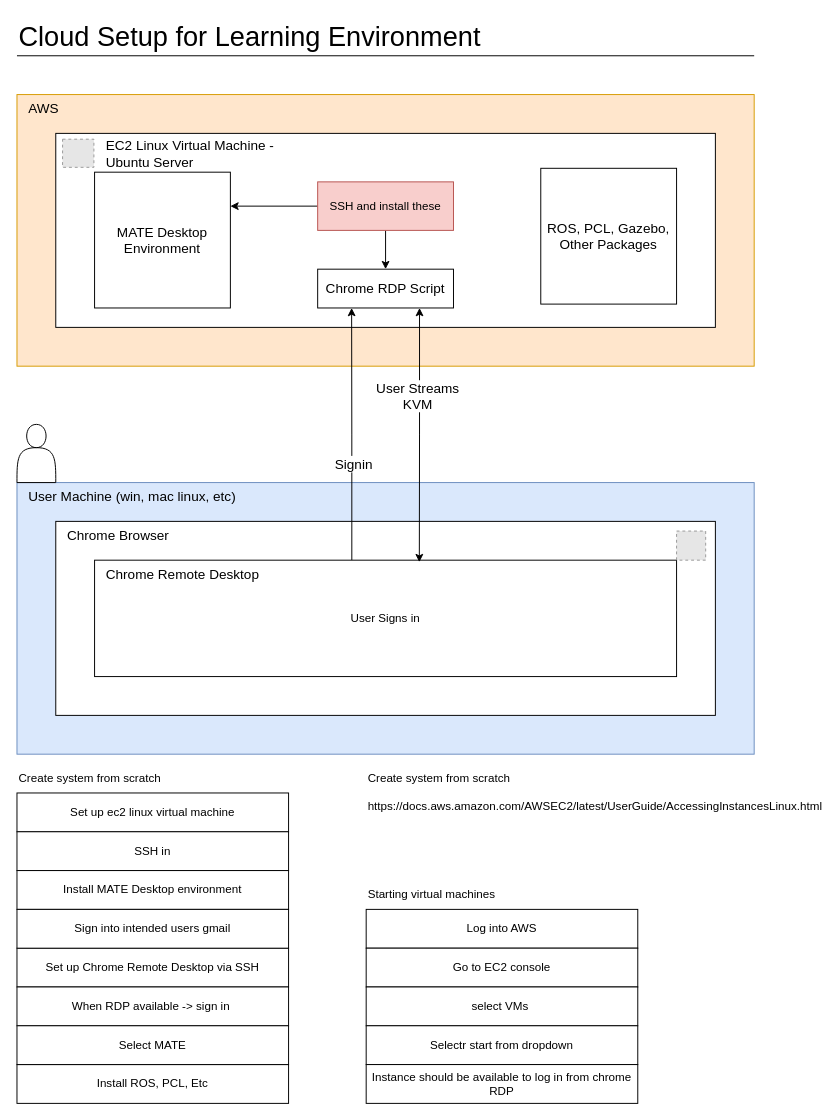
Earlier version of the draw.io diagram 0_Overview/cloud_setup.drawio (AM1010101/lidar_integrators_course). Source tidied: cells renumbered, new cells numbered last; positions are measured from the earlier drawing's top-left corner, leaving out a move shared by most shapes. Both pictures are drawn from the tidied source at 97%, with x=0, y=0 at pixel (16, 16). Pictures stored in the file or linked from it are replaced by grey dashed boxes.
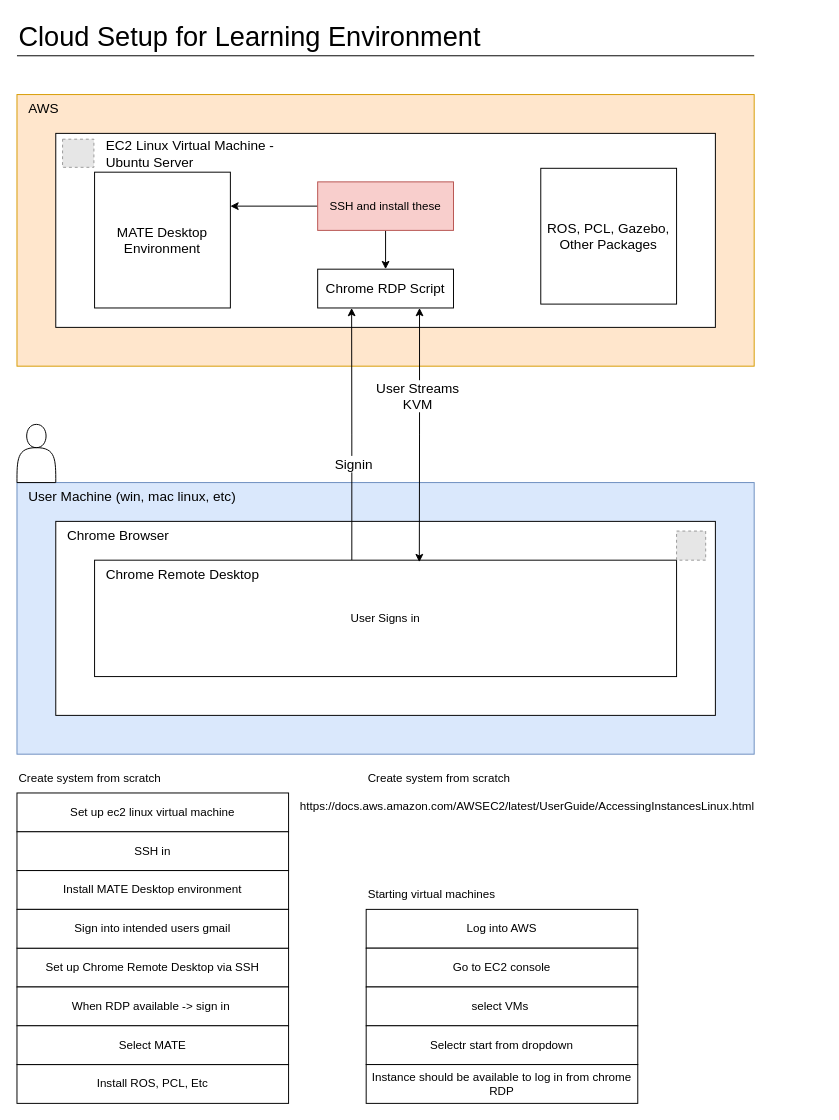
Above is the later version.

Change to the diagram source:
```diff
@@
-    <mxCell id="42" value="https://docs.aws.amazon.com/AWSEC2/latest/UserGuide/AccessingInstancesLinux.html" style="text;whiteSpace=wrap;html=1;" parent="1" vertex="1">
-      <mxGeometry x="360" y="800" width="280" height="60" as="geometry" />
+    <mxCell id="42" value="&lt;div&gt;&lt;span&gt;https://docs.aws.amazon.com/AWSEC2/latest/UserGuide/AccessingInstancesLinux.html&lt;/span&gt;&lt;/div&gt;" style="text;whiteSpace=wrap;html=1;align=left;" parent="1" vertex="1">
+      <mxGeometry x="290" y="800" width="280" height="60" as="geometry" />
     </mxCell>
```
